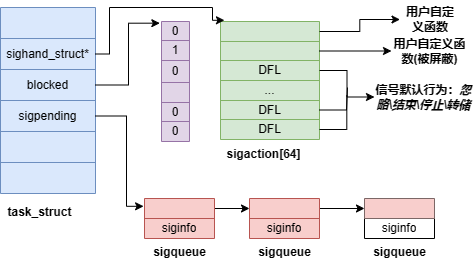
Before: OS/linux内核源代码情景分析/第六章/信号.drawio.png, a diagram exported from draw.io (SixPlusAndTimes/drawio). Source tidied: cells renumbered, new cells last; positions are measured from the earlier drawing's top-left corner, leaving out a move shared by most shapes.
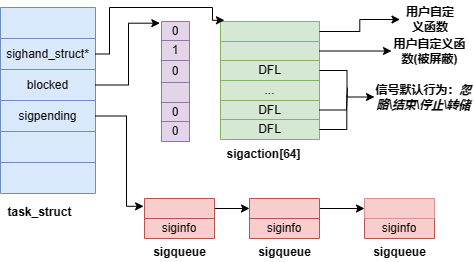
Later version of the same file.

What changed in the source:
```diff
@@ -221,7 +221,7 @@
     <mxCell id="66" value="&lt;b&gt;sigqueue&lt;/b&gt;" style="text;html=1;strokeColor=none;fillColor=none;align=center;verticalAlign=middle;whiteSpace=wrap;rounded=0;" parent="1" vertex="1">
       <mxGeometry x="261.5" y="238" width="45" height="19" as="geometry" />
     </mxCell>
-    <mxCell id="67" style="shape=table;startSize=0;" parent="1" vertex="1">
+    <mxCell id="67" style="shape=table;startSize=0;fillColor=#f8cecc;strokeColor=#b85450;" parent="1" vertex="1">
       <mxGeometry x="364" y="194" width="70" height="40" as="geometry" />
     </mxCell>
     <mxCell id="68" style="shape=tableRow;horizontal=0;startSize=0;swimlaneHead=0;swimlaneBody=0;strokeColor=inherit;top=0;left=0;bottom=0;right=0;fillColor=none;points=[[0,0.5],[1,0.5]];portConstraint=eastwest;" parent="67" vertex="1">
```
